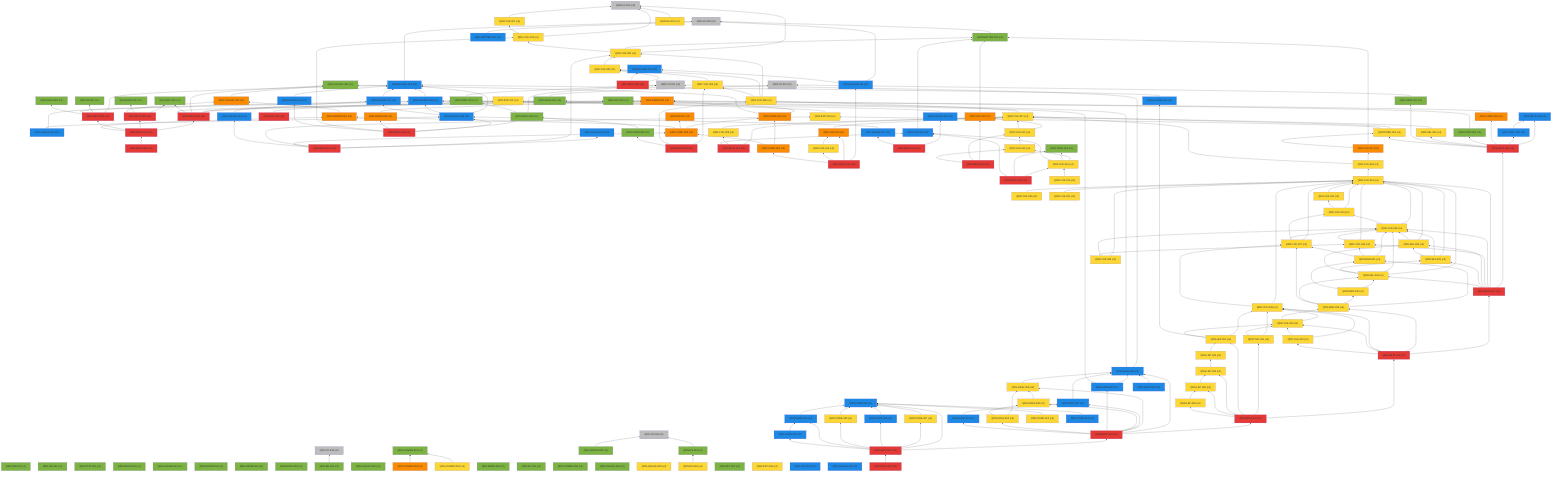
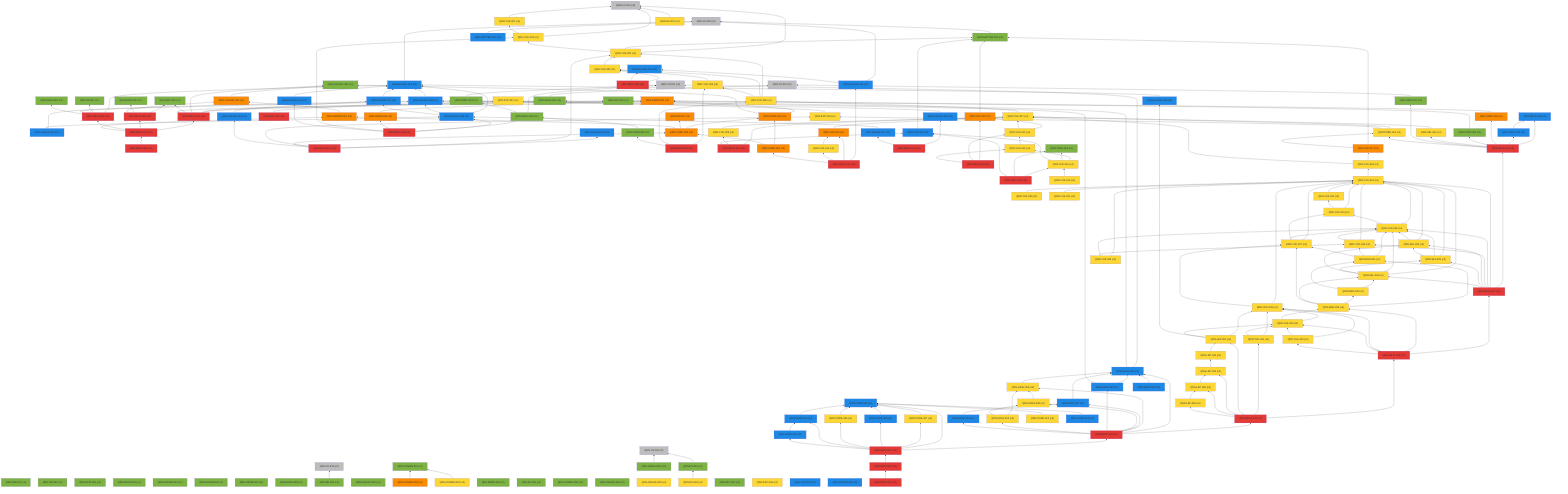
%% 自動生成 (dag/report.pl) — QRN 主張依存グラフ
graph BT
  QRN_C0_001["QRN-C0-001 (c0)"]:::c0
  QRN_C0_002["QRN-C0-002 (c0)"]:::c0
  QRN_C0_003["QRN-C0-003 (c0)"]:::c0
  QRN_C0_004["QRN-C0-004 (c0)"]:::c0
  QRN_C0_005["QRN-C0-005 (c0)"]:::c0
  QRN_C0_006["QRN-C0-006 (c0)"]:::c0
  QRN_QM_001["QRN-QM-001 (c1)"]:::c1
  QRN_GR_001["QRN-GR-001 (c1)"]:::c1
  QRN_STAT_001["QRN-STAT-001 (c1)"]:::c1
  QRN_FIELD_001["QRN-FIELD-001 (c1)"]:::c1
  QRN_GAUGE_001["QRN-GAUGE-001 (c1)"]:::c1
  QRN_ENT_001["QRN-ENT-001 (c1)"]:::c1
  QRN_GEOM_001["QRN-GEOM-001 (c1)"]:::c1
  QRN_GEOM_002["QRN-GEOM-002 (c1)"]:::c1
  QRN_GEOM_003["QRN-GEOM-003 (c3)"]:::c3
  QRN_GRAV_001["QRN-GRAV-001 (c1)"]:::c1
  QRN_GRAV_002["QRN-GRAV-002 (c1)"]:::c1
  QRN_BH_001["QRN-BH-001 (c1)"]:::c1
  QRN_CAUSAL_001["QRN-CAUSAL-001 (c1)"]:::c1
  QRN_CAUSAL_002["QRN-CAUSAL-002 (c3)"]:::c3
  QRN_ER_001["QRN-ER-001 (c3)"]:::c3
  QRN_QEC_001["QRN-QEC-001 (c1)"]:::c1
  QRN_GAUGE_002["QRN-GAUGE-002 (c1)"]:::c1
  QRN_COSMO_001["QRN-COSMO-001 (c1)"]:::c1
  QRN_COSMO_002["QRN-COSMO-002 (c4)"]:::c4
  QRN_COSMO_003["QRN-COSMO-003 (c3)"]:::c3
  QRN_BORN_001["QRN-BORN-001 (c1)"]:::c1
  QRN_BORN_002["QRN-BORN-002 (c1)"]:::c1
  QRN_GRAV_003["QRN-GRAV-003 (c1)"]:::c1
  QRN_KK_001["QRN-KK-001 (c1)"]:::c1
  QRN_MATTER_001["QRN-MATTER-001 (c1)"]:::c1
  QRN_MATTER_002["QRN-MATTER-002 (c2)"]:::c2
  QRN_COSMO_004["QRN-COSMO-004 (c1)"]:::c1
  QRN_EXP_001["QRN-EXP-001 (c4)"]:::c4
  QRN_GAUGE_003["QRN-GAUGE-003 (c2)"]:::c2
  QRN_GAUGE_004["QRN-GAUGE-004 (c1)"]:::c1
  QRN_GAUGE_005["QRN-GAUGE-005 (c4)"]:::c4
  QRN_YUK_001["QRN-YUK-001 (c4)"]:::c4
  QRN_RG_001["QRN-RG-001 (c1)"]:::c1
  QRN_UNRUH_001["QRN-UNRUH-001 (c1)"]:::c1
  QRN_QNEC_001["QRN-QNEC-001 (c1)"]:::c1
  QRN_NU_001["QRN-NU-001 (c4)"]:::c4
  QRN_GAUGE_006["QRN-GAUGE-006 (c2)"]:::c2
  QRN_DS_001["QRN-DS-001 (c1)"]:::c1
  QRN_DS_002["QRN-DS-002 (c4)"]:::c4
  QRN_ARROW_001["QRN-ARROW-001 (c3)"]:::c3
  QRN_GAUGE_007["QRN-GAUGE-007 (c2)"]:::c2
  QRN_EFT_001["QRN-EFT-001 (c1)"]:::c1
  QRN_GAUGE_008["QRN-GAUGE-008 (c2)"]:::c2
  QRN_GAUGE_009["QRN-GAUGE-009 (c2)"]:::c2
  QRN_GAUGE_010["QRN-GAUGE-010 (c2)"]:::c2
  QRN_QNEC_002["QRN-QNEC-002 (c1)"]:::c1
  QRN_GEOM_004["QRN-GEOM-004 (c3)"]:::c3
  QRN_YUK_002["QRN-YUK-002 (c4)"]:::c4
  QRN_EXP_002["QRN-EXP-002 (c5)"]:::c5
  QRN_CORE_001["QRN-CORE-001 (c3)"]:::c3
  QRN_GAUGE_011["QRN-GAUGE-011 (c2)"]:::c2
  QRN_GAUGE_012["QRN-GAUGE-012 (c2)"]:::c2
  QRN_YUK_003["QRN-YUK-003 (c4)"]:::c4
  QRN_EXP_003["QRN-EXP-003 (c4)"]:::c4
  QRN_CORE_002["QRN-CORE-002 (c3)"]:::c3
  QRN_GAUGE_013["QRN-GAUGE-013 (c2)"]:::c2
  QRN_YUK_004["QRN-YUK-004 (c4)"]:::c4
  QRN_GAUGE_014["QRN-GAUGE-014 (c2)"]:::c2
  QRN_META_001["QRN-META-001 (c5)"]:::c5
  QRN_META_002["QRN-META-002 (c5)"]:::c5
  QRN_META_003["QRN-META-003 (c5)"]:::c5
  QRN_META_004["QRN-META-004 (c5)"]:::c5
  QRN_META_005["QRN-META-005 (c5)"]:::c5
  QRN_META_006["QRN-META-006 (c5)"]:::c5
  QRN_META_007["QRN-META-007 (c5)"]:::c5
  QRN_META_008["QRN-META-008 (c5)"]:::c5
  QRN_YUK_005["QRN-YUK-005 (c4)"]:::c4
  QRN_YUK_006["QRN-YUK-006 (c4)"]:::c4
  QRN_CORE_003["QRN-CORE-003 (c1)"]:::c1
  QRN_META_009["QRN-META-009 (c5)"]:::c5
  QRN_YUK_007["QRN-YUK-007 (c4)"]:::c4
  QRN_YUK_008["QRN-YUK-008 (c4)"]:::c4
  QRN_YUK_009["QRN-YUK-009 (c2)"]:::c2
  QRN_META_010["QRN-META-010 (c5)"]:::c5
  QRN_GAUGE_015["QRN-GAUGE-015 (c2)"]:::c2
  QRN_YUK_010["QRN-YUK-010 (c3)"]:::c3
  QRN_YUK_011["QRN-YUK-011 (c4)"]:::c4
  QRN_CORE_004["QRN-CORE-004 (c3)"]:::c3
  QRN_META_011["QRN-META-011 (c5)"]:::c5
  QRN_YUK_012["QRN-YUK-012 (c3)"]:::c3
  QRN_YUK_013["QRN-YUK-013 (c4)"]:::c4
  QRN_YUK_014["QRN-YUK-014 (c4)"]:::c4
  QRN_META_012["QRN-META-012 (c5)"]:::c5
  QRN_TOOL_001["QRN-TOOL-001 (c1)"]:::c1
  QRN_YUK_015["QRN-YUK-015 (c4)"]:::c4
  QRN_META_013["QRN-META-013 (c5)"]:::c5
  QRN_GAUGE_016["QRN-GAUGE-016 (c2)"]:::c2
  QRN_GAUGE_017["QRN-GAUGE-017 (c2)"]:::c2
  QRN_META_014["QRN-META-014 (c5)"]:::c5
  QRN_META_015["QRN-META-015 (c2)"]:::c2
  QRN_TOOL_002["QRN-TOOL-002 (c2)"]:::c2
  QRN_CORE_005["QRN-CORE-005 (c3)"]:::c3
  QRN_CONT_001["QRN-CONT-001 (c1)"]:::c1
  QRN_SEL_001["QRN-SEL-001 (c4)"]:::c4
  QRN_GRAV_004["QRN-GRAV-004 (c1)"]:::c1
  QRN_PRED_001["QRN-PRED-001 (c4)"]:::c4
  QRN_META_016["QRN-META-016 (c5)"]:::c5
  QRN_YUK_016["QRN-YUK-016 (c4)"]:::c4
  QRN_YUK_017["QRN-YUK-017 (c3)"]:::c3
  QRN_YUK_018["QRN-YUK-018 (c4)"]:::c4
  QRN_YUK_019["QRN-YUK-019 (c4)"]:::c4
  QRN_YUK_020["QRN-YUK-020 (c4)"]:::c4
  QRN_YUK_021["QRN-YUK-021 (c4)"]:::c4
  QRN_YUK_022["QRN-YUK-022 (c4)"]:::c4
  QRN_YUK_023["QRN-YUK-023 (c4)"]:::c4
  QRN_YUK_024["QRN-YUK-024 (c4)"]:::c4
  QRN_YUK_025["QRN-YUK-025 (c4)"]:::c4
  QRN_SEL_002["QRN-SEL-002 (c4)"]:::c4
  QRN_SEL_003["QRN-SEL-003 (c4)"]:::c4
  QRN_SEL_004["QRN-SEL-004 (c4)"]:::c4
  QRN_META_017["QRN-META-017 (c5)"]:::c5
  QRN_YUK_026["QRN-YUK-026 (c4)"]:::c4
  QRN_YUK_027["QRN-YUK-027 (c4)"]:::c4
  QRN_MSR_001["QRN-MSR-001 (c4)"]:::c4
  QRN_MSR_002["QRN-MSR-002 (c4)"]:::c4
  QRN_MSR_003["QRN-MSR-003 (c4)"]:::c4
  QRN_YUK_028["QRN-YUK-028 (c4)"]:::c4
  QRN_YUK_029["QRN-YUK-029 (c4)"]:::c4
  QRN_YUK_030["QRN-YUK-030 (c4)"]:::c4
  QRN_META_018["QRN-META-018 (c5)"]:::c5
  QRN_YUK_031["QRN-YUK-031 (c4)"]:::c4
  QRN_LEP_001["QRN-LEP-001 (c4)"]:::c4
  QRN_LEP_002["QRN-LEP-002 (c4)"]:::c4
  QRN_LEP_003["QRN-LEP-003 (c4)"]:::c4
  QRN_LEP_004["QRN-LEP-004 (c4)"]:::c4
  QRN_LEP_005["QRN-LEP-005 (c4)"]:::c4
  QRN_META_019["QRN-META-019 (c5)"]:::c5
  QRN_GRAV_005["QRN-GRAV-005 (c2)"]:::c2
  QRN_GRAV_006["QRN-GRAV-006 (c4)"]:::c4
  QRN_GRAV_007["QRN-GRAV-007 (c2)"]:::c2
  QRN_GRAV_008["QRN-GRAV-008 (c4)"]:::c4
  QRN_GRAV_009["QRN-GRAV-009 (c2)"]:::c2
  QRN_GRAV_010["QRN-GRAV-010 (c4)"]:::c4
  QRN_GRAV_011["QRN-GRAV-011 (c2)"]:::c2
  QRN_META_020["QRN-META-020 (c5)"]:::c5
  QRN_CORE_006["QRN-CORE-006 (c2)"]:::c2
  QRN_CORE_007["QRN-CORE-007 (c4)"]:::c4
  QRN_CORE_008["QRN-CORE-008 (c2)"]:::c2
  QRN_CORE_009["QRN-CORE-009 (c4)"]:::c4
  QRN_CORE_010["QRN-CORE-010 (c2)"]:::c2
  QRN_CORE_011["QRN-CORE-011 (c2)"]:::c2
  QRN_META_021["QRN-META-021 (c5)"]:::c5
  QRN_CORE_012["QRN-CORE-012 (c4)"]:::c4
  QRN_EXP_004["QRN-EXP-004 (c4)"]:::c4
  QRN_CORE_013["QRN-CORE-013 (c2)"]:::c2
  QRN_GRAV_012["QRN-GRAV-012 (c2)"]:::c2
  QRN_YUK_032["QRN-YUK-032 (c2)"]:::c2
  QRN_GAUGE_018["QRN-GAUGE-018 (c2)"]:::c2
  QRN_META_022["QRN-META-022 (c5)"]:::c5
+   QRN_META_023["QRN-META-023 (c5)"]:::c5
  QRN_GRAV_001 --> QRN_C0_001
  QRN_BH_001 --> QRN_C0_003
  QRN_CAUSAL_002 --> QRN_CAUSAL_001
  QRN_COSMO_002 --> QRN_COSMO_001
  QRN_COSMO_003 --> QRN_COSMO_001
  QRN_MATTER_001 --> QRN_C0_005
  QRN_MATTER_002 --> QRN_C0_005
  QRN_GAUGE_003 --> QRN_C0_005
  QRN_YUK_001 --> QRN_C0_006
  QRN_UNRUH_001 --> QRN_C0_004
  QRN_QNEC_001 --> QRN_C0_002
  QRN_NU_001 --> QRN_C0_006
  QRN_GAUGE_006 --> QRN_GAUGE_003
  QRN_DS_001 --> QRN_C0_004
  QRN_DS_002 --> QRN_DS_001
  QRN_ARROW_001 --> QRN_CAUSAL_002
  QRN_GAUGE_007 --> QRN_GAUGE_003
  QRN_GAUGE_008 --> QRN_GAUGE_003
  QRN_GAUGE_008 --> QRN_GAUGE_006
  QRN_GAUGE_008 --> QRN_GAUGE_007
  QRN_GAUGE_009 --> QRN_GAUGE_003
  QRN_GAUGE_010 --> QRN_GAUGE_006
  QRN_GAUGE_010 --> QRN_GAUGE_008
  QRN_QNEC_002 --> QRN_C0_002
  QRN_QNEC_002 --> QRN_QNEC_001
  QRN_GEOM_004 --> QRN_GEOM_003
  QRN_YUK_002 --> QRN_C0_006
  QRN_YUK_002 --> QRN_YUK_001
  QRN_EXP_002 --> QRN_EXP_001
  QRN_CORE_001 --> QRN_GEOM_003
  QRN_CORE_001 --> QRN_CAUSAL_001
  QRN_GAUGE_011 --> QRN_GAUGE_003
  QRN_YUK_003 --> QRN_C0_006
  QRN_YUK_003 --> QRN_MATTER_001
  QRN_YUK_003 --> QRN_YUK_002
  QRN_EXP_003 --> QRN_EXP_001
  QRN_CORE_002 --> QRN_CORE_001
  QRN_CORE_002 --> QRN_ER_001
  QRN_CORE_002 --> QRN_ARROW_001
  QRN_GAUGE_013 --> QRN_GAUGE_007
  QRN_YUK_004 --> QRN_YUK_003
  QRN_META_001 --> QRN_GEOM_003
  QRN_META_001 --> QRN_GRAV_001
  QRN_META_001 --> QRN_CAUSAL_001
  QRN_META_001 --> QRN_QEC_001
  QRN_META_001 --> QRN_ENT_001
  QRN_META_002 --> QRN_QEC_001
  QRN_META_002 --> QRN_BORN_001
  QRN_META_002 --> QRN_CAUSAL_002
  QRN_META_003 --> QRN_GAUGE_003
  QRN_META_003 --> QRN_RG_001
  QRN_META_003 --> QRN_QNEC_001
  QRN_META_003 --> QRN_GRAV_003
  QRN_META_004 --> QRN_META_001
  QRN_META_004 --> QRN_META_002
  QRN_META_004 --> QRN_META_003
  QRN_META_004 --> QRN_ARROW_001
  QRN_META_005 --> QRN_META_004
  QRN_META_006 --> QRN_GAUGE_008
  QRN_META_006 --> QRN_QNEC_002
  QRN_META_006 --> QRN_GEOM_004
  QRN_META_006 --> QRN_YUK_002
  QRN_META_006 --> QRN_GAUGE_011
  QRN_META_007 --> QRN_GAUGE_012
  QRN_META_007 --> QRN_YUK_003
  QRN_META_007 --> QRN_EXP_003
  QRN_META_007 --> QRN_CORE_002
  QRN_META_007 --> QRN_GAUGE_013
  QRN_META_008 --> QRN_YUK_004
  QRN_META_008 --> QRN_GAUGE_014
  QRN_YUK_005 --> QRN_YUK_004
  QRN_YUK_006 --> QRN_YUK_003
  QRN_YUK_006 --> QRN_YUK_004
  QRN_YUK_006 --> QRN_YUK_005
  QRN_CORE_003 --> QRN_QNEC_002
  QRN_META_009 --> QRN_YUK_005
  QRN_META_009 --> QRN_YUK_006
  QRN_META_009 --> QRN_CORE_003
  QRN_YUK_007 --> QRN_YUK_006
  QRN_YUK_008 --> QRN_YUK_007
  QRN_YUK_009 --> QRN_MATTER_001
  QRN_META_010 --> QRN_YUK_007
  QRN_META_010 --> QRN_YUK_008
  QRN_META_010 --> QRN_YUK_009
  QRN_GAUGE_015 --> QRN_C0_005
  QRN_GAUGE_015 --> QRN_GAUGE_014
  QRN_YUK_010 --> QRN_YUK_007
  QRN_YUK_011 --> QRN_YUK_010
  QRN_CORE_004 --> QRN_CORE_001
  QRN_CORE_004 --> QRN_CORE_002
  QRN_META_011 --> QRN_GAUGE_015
  QRN_META_011 --> QRN_YUK_010
  QRN_META_011 --> QRN_YUK_011
  QRN_META_011 --> QRN_CORE_004
  QRN_YUK_012 --> QRN_MATTER_001
  QRN_YUK_013 --> QRN_YUK_012
  QRN_YUK_013 --> QRN_YUK_007
  QRN_YUK_014 --> QRN_YUK_013
  QRN_META_012 --> QRN_YUK_012
  QRN_META_012 --> QRN_YUK_013
  QRN_META_012 --> QRN_YUK_014
  QRN_YUK_015 --> QRN_YUK_014
  QRN_YUK_015 --> QRN_TOOL_001
  QRN_YUK_015 --> QRN_YUK_009
  QRN_META_013 --> QRN_YUK_015
  QRN_META_013 --> QRN_TOOL_001
  QRN_META_013 --> QRN_YUK_009
  QRN_GAUGE_016 --> QRN_GAUGE_006
  QRN_GAUGE_017 --> QRN_GAUGE_008
  QRN_META_014 --> QRN_GAUGE_016
  QRN_META_014 --> QRN_GAUGE_017
  QRN_TOOL_002 --> QRN_META_015
  QRN_CORE_005 --> QRN_GEOM_003
  QRN_CONT_001 --> QRN_ENT_001
  QRN_SEL_001 --> QRN_YUK_007
  QRN_GRAV_004 --> QRN_C0_001
  QRN_PRED_001 --> QRN_YUK_007
  QRN_PRED_001 --> QRN_EXP_003
  QRN_META_016 --> QRN_META_015
  QRN_META_016 --> QRN_TOOL_002
  QRN_META_016 --> QRN_CORE_005
  QRN_META_016 --> QRN_CONT_001
  QRN_META_016 --> QRN_SEL_001
  QRN_META_016 --> QRN_GRAV_004
  QRN_META_016 --> QRN_PRED_001
  QRN_YUK_016 --> QRN_YUK_015
  QRN_YUK_017 --> QRN_MATTER_001
  QRN_YUK_017 --> QRN_PRED_001
  QRN_YUK_018 --> QRN_YUK_017
  QRN_YUK_018 --> QRN_YUK_007
  QRN_YUK_019 --> QRN_YUK_018
  QRN_YUK_020 --> QRN_YUK_019
  QRN_YUK_021 --> QRN_YUK_019
  QRN_YUK_022 --> QRN_YUK_019
  QRN_YUK_023 --> QRN_YUK_019
  QRN_YUK_023 --> QRN_YUK_022
  QRN_YUK_024 --> QRN_YUK_019
  QRN_YUK_024 --> QRN_YUK_023
  QRN_YUK_025 --> QRN_YUK_019
  QRN_YUK_025 --> QRN_YUK_024
  QRN_SEL_002 --> QRN_YUK_019
  QRN_SEL_002 --> QRN_YUK_024
  QRN_SEL_003 --> QRN_YUK_019
  QRN_SEL_003 --> QRN_YUK_024
  QRN_SEL_003 --> QRN_SEL_002
  QRN_SEL_004 --> QRN_YUK_019
  QRN_SEL_004 --> QRN_YUK_024
  QRN_SEL_004 --> QRN_SEL_002
  QRN_SEL_004 --> QRN_SEL_003
  QRN_META_017 --> QRN_META_016
  QRN_META_017 --> QRN_YUK_019
  QRN_META_017 --> QRN_YUK_024
  QRN_META_017 --> QRN_YUK_025
  QRN_META_017 --> QRN_SEL_002
  QRN_META_017 --> QRN_SEL_003
  QRN_META_017 --> QRN_SEL_004
  QRN_YUK_026 --> QRN_YUK_019
  QRN_YUK_026 --> QRN_YUK_024
  QRN_YUK_026 --> QRN_YUK_025
  QRN_YUK_027 --> QRN_YUK_019
  QRN_YUK_027 --> QRN_YUK_023
  QRN_YUK_027 --> QRN_YUK_024
  QRN_MSR_001 --> QRN_YUK_024
  QRN_MSR_001 --> QRN_YUK_025
  QRN_MSR_001 --> QRN_YUK_027
  QRN_MSR_002 --> QRN_SEL_004
  QRN_MSR_002 --> QRN_MSR_001
  QRN_MSR_003 --> QRN_MSR_001
  QRN_MSR_003 --> QRN_MSR_002
  QRN_MSR_003 --> QRN_SEL_004
  QRN_MSR_003 --> QRN_YUK_027
  QRN_YUK_028 --> QRN_YUK_019
  QRN_YUK_028 --> QRN_YUK_027
  QRN_YUK_029 --> QRN_YUK_028
  QRN_YUK_029 --> QRN_MSR_003
  QRN_YUK_030 --> QRN_YUK_028
  QRN_YUK_030 --> QRN_YUK_029
  QRN_META_018 --> QRN_META_017
  QRN_META_018 --> QRN_MSR_003
  QRN_META_018 --> QRN_YUK_028
  QRN_META_018 --> QRN_YUK_029
  QRN_META_018 --> QRN_YUK_030
  QRN_YUK_031 --> QRN_YUK_028
  QRN_YUK_031 --> QRN_YUK_029
  QRN_LEP_001 --> QRN_YUK_028
  QRN_LEP_001 --> QRN_YUK_029
  QRN_LEP_001 --> QRN_GAUGE_009
  QRN_LEP_002 --> QRN_LEP_001
  QRN_LEP_003 --> QRN_LEP_002
  QRN_LEP_004 --> QRN_LEP_003
  QRN_LEP_005 --> QRN_LEP_004
  QRN_META_019 --> QRN_META_018
  QRN_META_019 --> QRN_YUK_031
  QRN_META_019 --> QRN_LEP_001
  QRN_META_019 --> QRN_LEP_003
  QRN_META_019 --> QRN_LEP_004
  QRN_META_019 --> QRN_LEP_005
  QRN_GRAV_005 --> QRN_C0_002
  QRN_GRAV_005 --> QRN_GRAV_001
  QRN_GRAV_006 --> QRN_GRAV_005
  QRN_GRAV_007 --> QRN_GRAV_005
  QRN_GRAV_008 --> QRN_GRAV_006
  QRN_GRAV_009 --> QRN_GRAV_005
  QRN_GRAV_009 --> QRN_QNEC_001
  QRN_GRAV_010 --> QRN_GRAV_006
  QRN_GRAV_010 --> QRN_GRAV_008
  QRN_GRAV_011 --> QRN_GRAV_007
  QRN_META_020 --> QRN_META_019
  QRN_META_020 --> QRN_GRAV_005
  QRN_META_020 --> QRN_GRAV_006
  QRN_META_020 --> QRN_GRAV_007
  QRN_META_020 --> QRN_GRAV_008
  QRN_META_020 --> QRN_GRAV_009
  QRN_META_020 --> QRN_GRAV_010
  QRN_META_020 --> QRN_GRAV_011
  QRN_CORE_007 --> QRN_CORE_006
  QRN_CORE_008 --> QRN_CORE_006
  QRN_CORE_009 --> QRN_CORE_006
  QRN_CORE_010 --> QRN_CORE_006
  QRN_CORE_011 --> QRN_CORE_010
  QRN_META_021 --> QRN_META_020
  QRN_META_021 --> QRN_CORE_006
  QRN_META_021 --> QRN_CORE_007
  QRN_META_021 --> QRN_CORE_008
  QRN_META_021 --> QRN_CORE_009
  QRN_META_021 --> QRN_CORE_010
  QRN_META_021 --> QRN_CORE_011
  QRN_CORE_012 --> QRN_CORE_006
  QRN_CORE_013 --> QRN_CORE_006
  QRN_GRAV_012 --> QRN_GRAV_005
  QRN_META_022 --> QRN_META_021
+   QRN_META_023 --> QRN_META_022
  classDef c0 fill:#bdbdbd
  classDef c1 fill:#7cb342
  classDef c2 fill:#1e88e5
  classDef c3 fill:#fb8c00
  classDef c4 fill:#fdd835
  classDef c5 fill:#e53935
